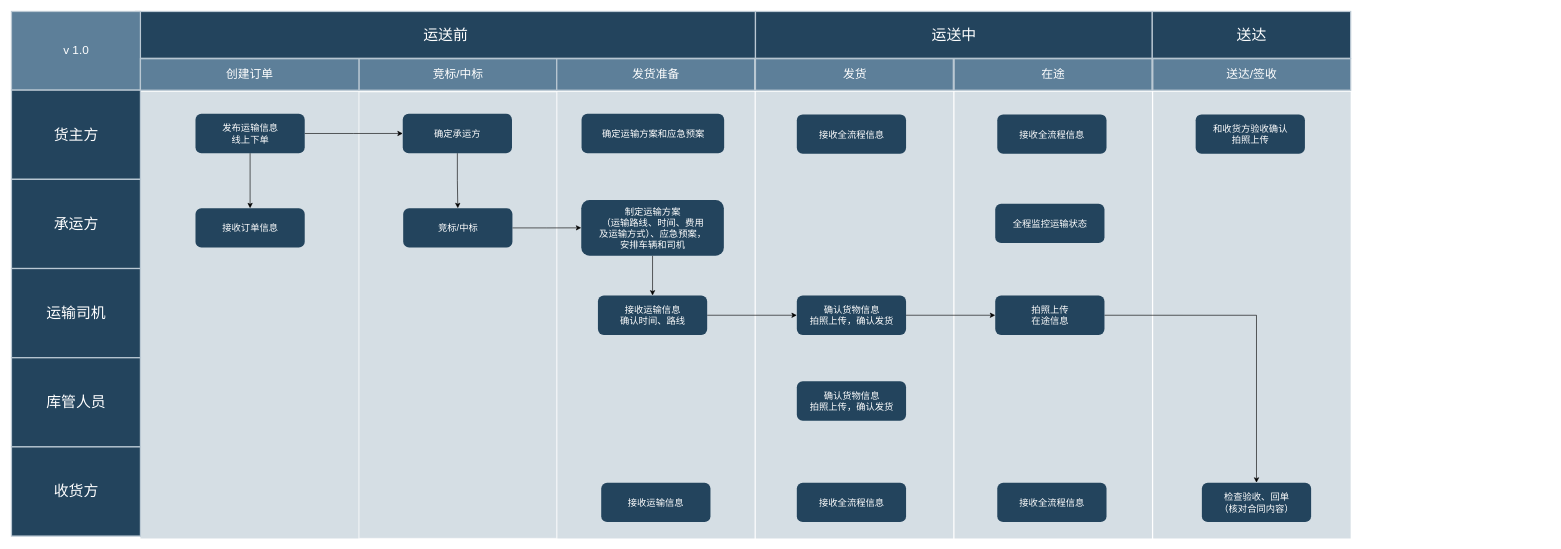
Above: draw/KunShan_HuaZhongBao/Untitled Diagram.drawio in hainayun/nanjing_dev (draw.io), before the change. Source tidied: cells renumbered, new cells numbered last; positions are measured from the earlier drawing's top-left corner, leaving out a move shared by most shapes. Both pictures are drawn from the tidied source at 62%, with x=0, y=0 at pixel (11, 11).
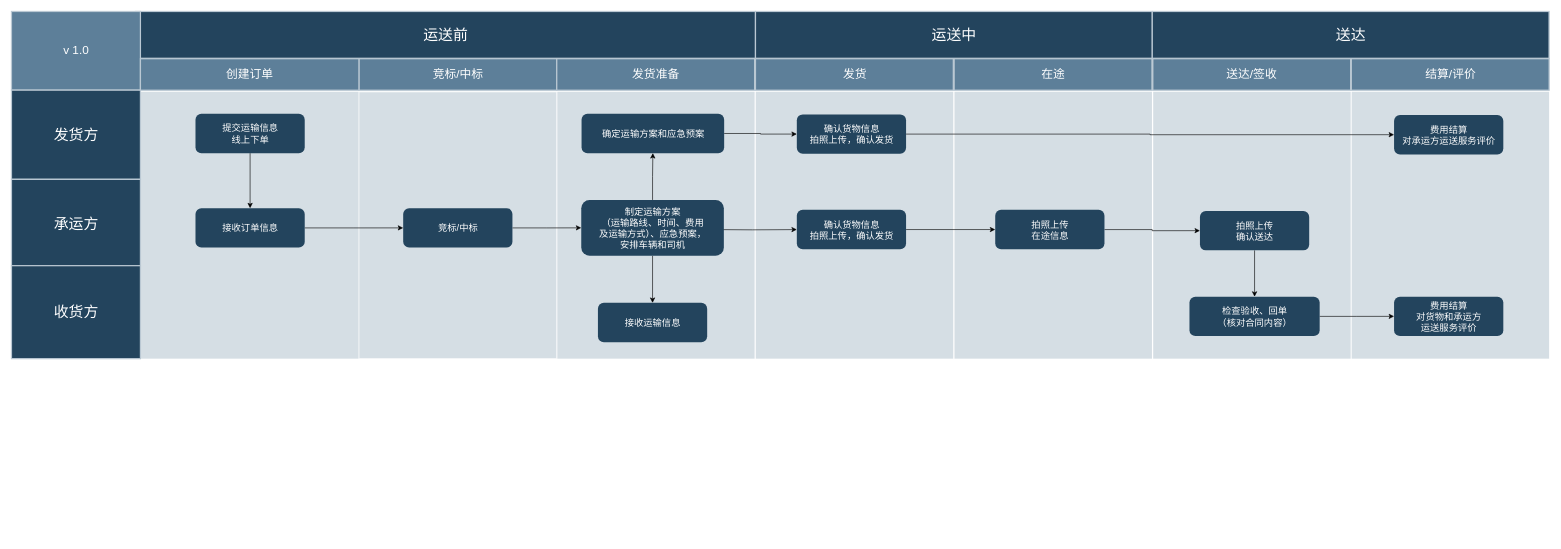
Above is the later version.

The change refers to these unchanged cells:
```xml
<mxCell id="12" value="&lt;font color=&quot;#ffffff&quot;&gt;&lt;span style=&quot;font-size: 15px&quot;&gt;竞标/中标&lt;/span&gt;&lt;/font&gt;" style="rounded=1;fillColor=#23445D;strokeColor=none;strokeWidth=2;fontFamily=Helvetica;html=1;gradientColor=none;" parent="1" vertex="1">
  <mxGeometry x="631.8" y="317.3" width="176.2" height="63.5" as="geometry" />
</mxCell>
<mxCell id="27" value="&lt;font color=&quot;#ffffff&quot;&gt;&lt;span style=&quot;font-size: 15px&quot;&gt;接收订单信息&lt;/span&gt;&lt;/font&gt;" style="rounded=1;fillColor=#23445D;strokeColor=none;strokeWidth=2;fontFamily=Helvetica;html=1;gradientColor=none;" parent="1" vertex="1">
  <mxGeometry x="296.8" y="317.3" width="176.2" height="63.5" as="geometry" />
</mxCell>
<mxCell id="30" value="&lt;font color=&quot;#ffffff&quot;&gt;&lt;span style=&quot;font-size: 15px&quot;&gt;确定运输方案和应急预案&lt;br&gt;&lt;/span&gt;&lt;/font&gt;" style="rounded=1;fillColor=#23445D;strokeColor=none;strokeWidth=2;fontFamily=Helvetica;html=1;gradientColor=none;" parent="1" vertex="1">
  <mxGeometry x="919.5" y="165" width="230" height="63.5" as="geometry" />
</mxCell>
<mxCell id="32" value="&lt;font color=&quot;#ffffff&quot;&gt;&lt;span style=&quot;font-size: 15px&quot;&gt;制定运输方案&lt;br&gt;&lt;/span&gt;&lt;/font&gt;&lt;span style=&quot;color: rgb(255 , 255 , 255) ; font-size: 15px&quot;&gt;（运输路线、时间、费用&lt;br&gt;及运输方式）、应急预案，&lt;/span&gt;&lt;font color=&quot;#ffffff&quot;&gt;&lt;span style=&quot;font-size: 15px&quot;&gt;&lt;br&gt;安排车辆和司机&lt;br&gt;&lt;/span&gt;&lt;/font&gt;" style="rounded=1;fillColor=#23445D;strokeColor=none;strokeWidth=2;fontFamily=Helvetica;html=1;gradientColor=none;" parent="1" vertex="1">
  <mxGeometry x="919" y="304" width="230" height="90" as="geometry" />
</mxCell>
```

Change to the diagram source:
```diff
@@
+    <mxCell id="49" style="fillColor=#BAC8D3;fontSize=18;strokeWidth=2;fontFamily=Helvetica;html=1;opacity=60;strokeColor=none;" parent="1" vertex="1">
+      <mxGeometry x="2161.6" y="129.5" width="318.5" height="430.5" as="geometry" />
+    </mxCell>
     <mxCell id="2" style="fillColor=#BAC8D3;fontSize=18;strokeWidth=2;fontFamily=Helvetica;html=1;opacity=60;strokeColor=none;" parent="1" vertex="1">
-      <mxGeometry x="1200.5" y="129.5" width="318.5" height="720.5" as="geometry" />
+      <mxGeometry x="1200.5" y="129.5" width="318.5" height="430.5" as="geometry" />
     </mxCell>
     <mxCell id="3" style="fillColor=#BAC8D3;fontSize=18;strokeWidth=2;fontFamily=Helvetica;html=1;opacity=60;strokeColor=none;" parent="1" vertex="1">
-      <mxGeometry x="880.1" y="129.5" width="318.5" height="720.5" as="geometry" />
+      <mxGeometry x="880.1" y="129.5" width="318.5" height="430.5" as="geometry" />
     </mxCell>
     <mxCell id="4" style="fontSize=18;strokeWidth=2;fontFamily=Helvetica;html=1;opacity=60;fillColor=#BAC8D3;strokeColor=none;" parent="1" vertex="1">
-      <mxGeometry x="208" y="129.5" width="352.4" height="720.5" as="geometry" />
+      <mxGeometry x="208" y="129.5" width="352.4" height="430.5" as="geometry" />
     </mxCell>
     <mxCell id="5" style="fillColor=#BAC8D3;fontSize=18;strokeWidth=2;fontFamily=Helvetica;html=1;opacity=60;strokeColor=none;" parent="1" vertex="1">
-      <mxGeometry x="1521" y="129.5" width="318.5" height="720.5" as="geometry" />
+      <mxGeometry x="1521" y="129.5" width="318.5" height="430.5" as="geometry" />
     </mxCell>
     <mxCell id="6" style="fillColor=#BAC8D3;fontSize=18;strokeWidth=2;fontFamily=Helvetica;html=1;opacity=60;strokeColor=none;" parent="1" vertex="1">
-      <mxGeometry x="1841.5" y="129.5" width="318.5" height="720.5" as="geometry" />
+      <mxGeometry x="1841.5" y="129.5" width="318.5" height="430.5" as="geometry" />
     </mxCell>
     <mxCell id="7" style="fillColor=#BAC8D3;fontSize=18;strokeWidth=2;fontFamily=Helvetica;html=1;opacity=60;strokeColor=#FFFFFF;" parent="1" vertex="1">
-      <mxGeometry x="560.4" y="129.5" width="319.1" height="720.5" as="geometry" />
+      <mxGeometry x="560.4" y="129.5" width="319.1" height="430.5" as="geometry" />
     </mxCell>
@@
-    <mxCell id="13" style="edgeStyle=orthogonalEdgeStyle;rounded=0;jettySize=auto;html=1;" parent="1" edge="1" source="14" target="12">
-      <mxGeometry x="20" y="840" as="geometry" />
-    </mxCell>
-    <mxCell id="14" value="&lt;font color=&quot;#ffffff&quot;&gt;&lt;span style=&quot;font-size: 15px&quot;&gt;确定承运方&lt;/span&gt;&lt;/font&gt;" style="rounded=1;fillColor=#23445D;strokeColor=none;strokeWidth=2;fontFamily=Helvetica;html=1;gradientColor=none;" parent="1" vertex="1">
-      <mxGeometry x="631.1" y="165" width="176.2" height="63.5" as="geometry" />
-    </mxCell>
-    <mxCell id="15" style="edgeStyle=orthogonalEdgeStyle;rounded=0;jettySize=auto;html=1;entryX=0;entryY=0.5;entryDx=0;entryDy=0;" parent="1" edge="1" source="26" target="14">
-      <mxGeometry x="20" y="840" as="geometry" />
-    </mxCell>
-    <mxCell id="16" style="edgeStyle=orthogonalEdgeStyle;rounded=0;jettySize=auto;html=1;" parent="1" edge="1" source="29" target="35">
-      <mxGeometry x="228" y="916.2" as="geometry" />
+    <mxCell id="16" style="edgeStyle=orthogonalEdgeStyle;rounded=0;jettySize=auto;html=1;" parent="1" edge="1" target="35">
+      <mxGeometry x="228" y="778" as="geometry">
+        <mxPoint x="1122.1" y="351.7" as="sourcePoint" />
+      </mxGeometry>
     </mxCell>
@@
-    <mxCell id="18" style="edgeStyle=orthogonalEdgeStyle;rounded=0;jettySize=auto;html=1;entryX=0.5;entryY=0;entryDx=0;entryDy=0;exitX=1;exitY=0.5;exitDx=0;exitDy=0;" parent="1" edge="1" source="40" target="44">
-      <mxGeometry x="228" y="916.2" as="geometry">
-        <Array as="points">
-          <mxPoint x="2008" y="490" />
-        </Array>
-      </mxGeometry>
-    </mxCell>
-    <mxCell id="19" value="货主方" style="strokeColor=#BAC8D3;fillColor=#23445D;fontSize=24;strokeWidth=2;horizontal=1;fontFamily=Helvetica;html=1;fontColor=#FFFFFF;fontStyle=0;" parent="1" vertex="1">
+    <mxCell id="19" value="发货方" style="strokeColor=#BAC8D3;fillColor=#23445D;fontSize=24;strokeWidth=2;horizontal=1;fontFamily=Helvetica;html=1;fontColor=#FFFFFF;fontStyle=0;" parent="1" vertex="1">
       <mxGeometry y="126.9" width="208" height="143.8" as="geometry" />
     </mxCell>
@@
-    <mxCell id="21" value="运输司机" style="strokeColor=#BAC8D3;fillColor=#23445D;fontSize=24;strokeWidth=2;horizontal=1;fontFamily=Helvetica;html=1;fontColor=#FFFFFF;fontStyle=0;" parent="1" vertex="1">
-      <mxGeometry y="414.6" width="208" height="143.8" as="geometry" />
-    </mxCell>
-    <mxCell id="22" value="库管人员" style="strokeColor=#BAC8D3;fillColor=#23445D;fontSize=24;strokeWidth=2;horizontal=1;fontFamily=Helvetica;html=1;fontColor=#FFFFFF;fontStyle=0;" parent="1" vertex="1">
-      <mxGeometry y="558.5" width="208" height="143.8" as="geometry" />
+    <mxCell id="22" value="收货方" style="strokeColor=#BAC8D3;fillColor=#23445D;fontSize=24;strokeWidth=2;horizontal=1;fontFamily=Helvetica;html=1;fontColor=#FFFFFF;fontStyle=0;" parent="1" vertex="1">
+      <mxGeometry y="410" width="208" height="150" as="geometry" />
     </mxCell>
-    <mxCell id="23" value="收货方" style="strokeColor=#BAC8D3;fillColor=#23445D;fontSize=24;strokeWidth=2;horizontal=1;fontFamily=Helvetica;html=1;fontColor=#FFFFFF;fontStyle=0;" parent="1" vertex="1">
-      <mxGeometry y="702.3" width="208" height="143.8" as="geometry" />
-    </mxCell>
@@
-    <mxCell id="26" value="&lt;font color=&quot;#ffffff&quot;&gt;&lt;span style=&quot;font-size: 15px&quot;&gt;发布运输信息&lt;br&gt;线上下单&lt;/span&gt;&lt;/font&gt;" style="rounded=1;fillColor=#23445D;strokeColor=none;strokeWidth=2;fontFamily=Helvetica;html=1;gradientColor=none;" parent="1" vertex="1">
+    <mxCell id="26" value="&lt;font color=&quot;#ffffff&quot;&gt;&lt;span style=&quot;font-size: 15px&quot;&gt;提交运输信息&lt;br&gt;线上下单&lt;/span&gt;&lt;/font&gt;" style="rounded=1;fillColor=#23445D;strokeColor=none;strokeWidth=2;fontFamily=Helvetica;html=1;gradientColor=none;" parent="1" vertex="1">
       <mxGeometry x="296.8" y="165" width="176.2" height="63.5" as="geometry" />
     </mxCell>
+    <mxCell id="50" style="edgeStyle=orthogonalEdgeStyle;rounded=0;jettySize=auto;html=1;entryX=0;entryY=0.5;entryDx=0;entryDy=0;" parent="1" edge="1" source="27" target="12">
+      <mxGeometry relative="1" as="geometry" />
+    </mxCell>
@@
-    <mxCell id="29" value="&lt;font color=&quot;#ffffff&quot;&gt;&lt;span style=&quot;font-size: 15px&quot;&gt;接收运输信息&lt;br&gt;确认时间、路线&lt;/span&gt;&lt;/font&gt;" style="rounded=1;fillColor=#23445D;strokeColor=none;strokeWidth=2;fontFamily=Helvetica;html=1;gradientColor=none;" parent="1" vertex="1">
-      <mxGeometry x="945.9" y="458.2" width="176.2" height="63.5" as="geometry" />
-    </mxCell>
+    <mxCell id="51" style="edgeStyle=orthogonalEdgeStyle;rounded=0;jettySize=auto;html=1;entryX=0;entryY=0.5;entryDx=0;entryDy=0;" parent="1" edge="1" source="30" target="37">
+      <mxGeometry relative="1" as="geometry" />
+    </mxCell>
@@
-    <mxCell id="31" style="edgeStyle=orthogonalEdgeStyle;rounded=0;jettySize=auto;html=1;exitX=0.5;exitY=1;exitDx=0;exitDy=0;" parent="1" edge="1" source="32" target="29">
-      <mxGeometry x="899.5" y="916.2" as="geometry" />
-    </mxCell>
+    <mxCell id="52" style="edgeStyle=orthogonalEdgeStyle;rounded=0;jettySize=auto;html=1;" parent="1" edge="1" source="32" target="30">
+      <mxGeometry relative="1" as="geometry" />
+    </mxCell>
+    <mxCell id="53" style="edgeStyle=orthogonalEdgeStyle;rounded=0;jettySize=auto;html=1;exitX=0.5;exitY=1;exitDx=0;exitDy=0;" parent="1" edge="1" source="32" target="33">
+      <mxGeometry relative="1" as="geometry" />
+    </mxCell>
@@
     <mxCell id="33" value="&lt;font color=&quot;#ffffff&quot;&gt;&lt;span style=&quot;font-size: 15px&quot;&gt;接收运输信息&lt;/span&gt;&lt;/font&gt;" style="rounded=1;fillColor=#23445D;strokeColor=none;strokeWidth=2;fontFamily=Helvetica;html=1;gradientColor=none;" parent="1" vertex="1">
-      <mxGeometry x="951.2" y="760" width="176.2" height="63.5" as="geometry" />
+      <mxGeometry x="945.9" y="470" width="176.2" height="63.5" as="geometry" />
     </mxCell>
@@
     <mxCell id="35" value="&lt;font color=&quot;#ffffff&quot;&gt;&lt;span style=&quot;font-size: 15px&quot;&gt;确认货物信息&lt;br&gt;拍照上传，确认发货&lt;br&gt;&lt;/span&gt;&lt;/font&gt;" style="rounded=1;fillColor=#23445D;strokeColor=none;strokeWidth=2;fontFamily=Helvetica;html=1;gradientColor=none;" parent="1" vertex="1">
-      <mxGeometry x="1266.7" y="458.2" width="176.2" height="63.5" as="geometry" />
+      <mxGeometry x="1266.7" y="320" width="176.2" height="63.5" as="geometry" />
     </mxCell>
-    <mxCell id="36" value="&lt;font color=&quot;#ffffff&quot;&gt;&lt;span style=&quot;font-size: 15px&quot;&gt;确认货物信息&lt;br&gt;拍照上传，确认发货&lt;br&gt;&lt;/span&gt;&lt;/font&gt;" style="rounded=1;fillColor=#23445D;strokeColor=none;strokeWidth=2;fontFamily=Helvetica;html=1;gradientColor=none;" parent="1" vertex="1">
-      <mxGeometry x="1266.7" y="596.5" width="176.2" height="63.5" as="geometry" />
-    </mxCell>
+    <mxCell id="54" style="edgeStyle=orthogonalEdgeStyle;rounded=0;jettySize=auto;html=1;entryX=0;entryY=0.5;entryDx=0;entryDy=0;" parent="1" edge="1" source="37" target="59">
+      <mxGeometry relative="1" as="geometry" />
+    </mxCell>
-    <mxCell id="37" value="&lt;font color=&quot;#ffffff&quot;&gt;&lt;span style=&quot;font-size: 15px&quot;&gt;接收全流程信息&lt;br&gt;&lt;/span&gt;&lt;/font&gt;" style="rounded=1;fillColor=#23445D;strokeColor=none;strokeWidth=2;fontFamily=Helvetica;html=1;gradientColor=none;" parent="1" vertex="1">
+    <mxCell id="37" value="&lt;span style=&quot;color: rgb(255 , 255 , 255) ; font-size: 15px&quot;&gt;确认货物信息&lt;/span&gt;&lt;br style=&quot;color: rgb(255 , 255 , 255) ; font-size: 15px&quot;&gt;&lt;span style=&quot;color: rgb(255 , 255 , 255) ; font-size: 15px&quot;&gt;拍照上传，确认发货&lt;/span&gt;&lt;font color=&quot;#ffffff&quot;&gt;&lt;span style=&quot;font-size: 15px&quot;&gt;&lt;br&gt;&lt;/span&gt;&lt;/font&gt;" style="rounded=1;fillColor=#23445D;strokeColor=none;strokeWidth=2;fontFamily=Helvetica;html=1;gradientColor=none;" parent="1" vertex="1">
       <mxGeometry x="1266.7" y="166" width="176.2" height="63.5" as="geometry" />
     </mxCell>
-    <mxCell id="38" value="&lt;font color=&quot;#ffffff&quot;&gt;&lt;span style=&quot;font-size: 15px&quot;&gt;接收全流程信息&lt;br&gt;&lt;/span&gt;&lt;/font&gt;" style="rounded=1;fillColor=#23445D;strokeColor=none;strokeWidth=2;fontFamily=Helvetica;html=1;gradientColor=none;" parent="1" vertex="1">
-      <mxGeometry x="1266.7" y="760" width="176.2" height="63.5" as="geometry" />
-    </mxCell>
@@
+    <mxCell id="55" style="edgeStyle=orthogonalEdgeStyle;rounded=0;jettySize=auto;html=1;entryX=0;entryY=0.5;entryDx=0;entryDy=0;" parent="1" edge="1" source="40" target="61">
+      <mxGeometry relative="1" as="geometry" />
+    </mxCell>
     <mxCell id="40" value="&lt;font color=&quot;#ffffff&quot;&gt;&lt;span style=&quot;font-size: 15px&quot;&gt;拍照上传&lt;br&gt;在途信息&lt;br&gt;&lt;/span&gt;&lt;/font&gt;" style="rounded=1;fillColor=#23445D;strokeColor=none;strokeWidth=2;fontFamily=Helvetica;html=1;gradientColor=none;" parent="1" vertex="1">
-      <mxGeometry x="1586.7" y="458.2" width="176.2" height="63.5" as="geometry" />
+      <mxGeometry x="1586.7" y="320" width="176.2" height="63.5" as="geometry" />
     </mxCell>
-    <mxCell id="41" value="&lt;font color=&quot;#ffffff&quot;&gt;&lt;span style=&quot;font-size: 15px&quot;&gt;全程监控运输状态&lt;br&gt;&lt;/span&gt;&lt;/font&gt;" style="rounded=1;fillColor=#23445D;strokeColor=none;strokeWidth=2;fontFamily=Helvetica;html=1;gradientColor=none;" parent="1" vertex="1">
-      <mxGeometry x="1586.7" y="310" width="176.2" height="63.5" as="geometry" />
-    </mxCell>
-    <mxCell id="42" value="&lt;font color=&quot;#ffffff&quot;&gt;&lt;span style=&quot;font-size: 15px&quot;&gt;接收全流程信息&lt;br&gt;&lt;/span&gt;&lt;/font&gt;" style="rounded=1;fillColor=#23445D;strokeColor=none;strokeWidth=2;fontFamily=Helvetica;html=1;gradientColor=none;" parent="1" vertex="1">
-      <mxGeometry x="1590" y="166" width="176.2" height="63.5" as="geometry" />
-    </mxCell>
@@
+    <mxCell id="56" style="edgeStyle=orthogonalEdgeStyle;rounded=0;jettySize=auto;html=1;entryX=0;entryY=0.5;entryDx=0;entryDy=0;" parent="1" edge="1" source="44" target="58">
+      <mxGeometry relative="1" as="geometry" />
+    </mxCell>
     <mxCell id="44" value="&lt;font color=&quot;#ffffff&quot;&gt;&lt;span style=&quot;font-size: 15px&quot;&gt;检查验收、回单&lt;br&gt;（核对合同内容）&lt;br&gt;&lt;/span&gt;&lt;/font&gt;" style="rounded=1;fillColor=#23445D;strokeColor=none;strokeWidth=2;fontFamily=Helvetica;html=1;gradientColor=none;" parent="1" vertex="1">
-      <mxGeometry x="1920" y="760" width="176.2" height="63.5" as="geometry" />
+      <mxGeometry x="1900" y="460" width="210" height="63.5" as="geometry" />
     </mxCell>
@@
     <mxCell id="46" value="送达" style="strokeColor=#BAC8D3;fillColor=#23445D;fontSize=24;strokeWidth=2;fontFamily=Helvetica;html=1;fontColor=#FFFFFF;fontStyle=0;spacingBottom=0;spacingRight=0;spacingLeft=0;align=center;" parent="1" vertex="1">
-      <mxGeometry x="1840" width="320" height="75.5" as="geometry" />
+      <mxGeometry x="1840" width="640" height="75.5" as="geometry" />
     </mxCell>
-    <mxCell id="47" value="&lt;font color=&quot;#ffffff&quot;&gt;&lt;span style=&quot;font-size: 15px&quot;&gt;和收货方验收确认&lt;br&gt;拍照上传&lt;br&gt;&lt;/span&gt;&lt;/font&gt;" style="rounded=1;fillColor=#23445D;strokeColor=none;strokeWidth=2;fontFamily=Helvetica;html=1;gradientColor=none;" parent="1" vertex="1">
-      <mxGeometry x="1910" y="166" width="176.2" height="63.5" as="geometry" />
-    </mxCell>
-    <mxCell id="48" value="&lt;font color=&quot;#ffffff&quot;&gt;&lt;span style=&quot;font-size: 15px&quot;&gt;接收全流程信息&lt;br&gt;&lt;/span&gt;&lt;/font&gt;" style="rounded=1;fillColor=#23445D;strokeColor=none;strokeWidth=2;fontFamily=Helvetica;html=1;gradientColor=none;" parent="1" vertex="1">
-      <mxGeometry x="1590" y="760" width="176.2" height="63.5" as="geometry" />
-    </mxCell>
+    <mxCell id="57" value="结算/评价" style="strokeColor=#BAC8D3;fillColor=#5d7f99;fontSize=19;strokeWidth=2;fontFamily=Helvetica;html=1;labelBackgroundColor=none;fontColor=#FFFFFF;" parent="1" vertex="1">
+      <mxGeometry x="2161" y="76.2" width="319.1" height="50.8" as="geometry" />
+    </mxCell>
+    <mxCell id="58" value="&lt;font color=&quot;#ffffff&quot;&gt;&lt;span style=&quot;font-size: 15px&quot;&gt;费用结算&lt;br&gt;对货物和承运方&lt;br&gt;运送服务评价&lt;br&gt;&lt;/span&gt;&lt;/font&gt;" style="rounded=1;fillColor=#23445D;strokeColor=none;strokeWidth=2;fontFamily=Helvetica;html=1;gradientColor=none;" parent="1" vertex="1">
+      <mxGeometry x="2230" y="460" width="176.2" height="63.5" as="geometry" />
+    </mxCell>
+    <mxCell id="59" value="&lt;font color=&quot;#ffffff&quot;&gt;&lt;span style=&quot;font-size: 15px&quot;&gt;费用结算&lt;br&gt;对承运方运送服务评价&lt;br&gt;&lt;/span&gt;&lt;/font&gt;" style="rounded=1;fillColor=#23445D;strokeColor=none;strokeWidth=2;fontFamily=Helvetica;html=1;gradientColor=none;" parent="1" vertex="1">
+      <mxGeometry x="2230" y="167" width="176.2" height="63.5" as="geometry" />
+    </mxCell>
+    <mxCell id="60" style="edgeStyle=orthogonalEdgeStyle;rounded=0;jettySize=auto;html=1;exitX=0.5;exitY=1;exitDx=0;exitDy=0;entryX=0.5;entryY=0;entryDx=0;entryDy=0;" parent="1" edge="1" source="61" target="44">
+      <mxGeometry relative="1" as="geometry" />
+    </mxCell>
+    <mxCell id="61" value="&lt;font color=&quot;#ffffff&quot;&gt;&lt;span style=&quot;font-size: 15px&quot;&gt;拍照上传&lt;br&gt;确认送达&lt;br&gt;&lt;/span&gt;&lt;/font&gt;" style="rounded=1;fillColor=#23445D;strokeColor=none;strokeWidth=2;fontFamily=Helvetica;html=1;gradientColor=none;" parent="1" vertex="1">
+      <mxGeometry x="1916.9" y="321.8" width="176.2" height="63.5" as="geometry" />
+    </mxCell>
```
